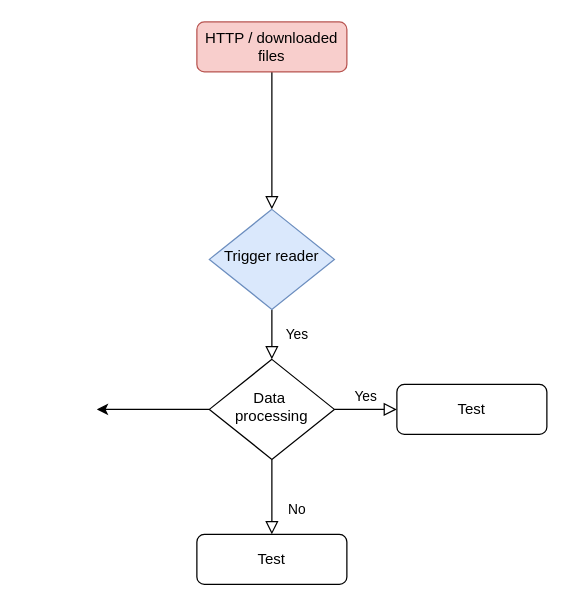
tfornal/co_data_processing keeps this draw.io diagram as Diagram bez tytułu.drawio. Above is the earlier version. Source tidied: cells renumbered, new cells numbered last; positions are measured from the earlier drawing's top-left corner, leaving out a move shared by most shapes. Both pictures are drawn from the tidied source at 125%, with x=0, y=0 at pixel (96, 21).
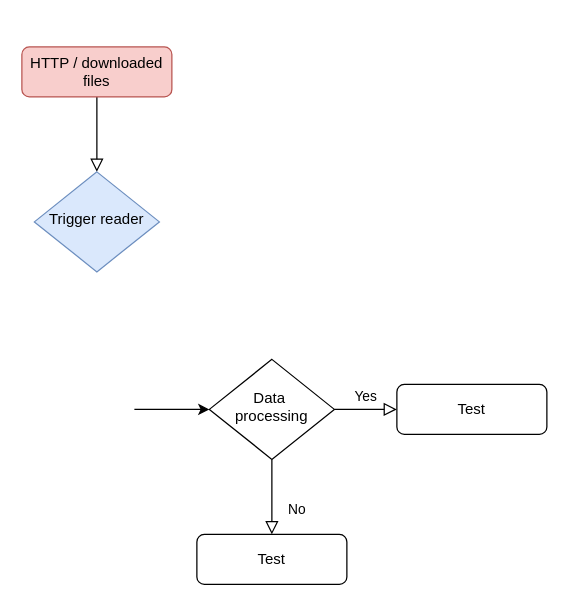
Above is the later version.

Diff of the diagram source:
```diff
@@
 <mxGraphModel>
   <root>
     <mxCell id="0" />
     <mxCell id="1" parent="0" />
     <mxCell id="2" style="rounded=0;html=1;jettySize=auto;fontSize=11;endArrow=block;endFill=0;endSize=8;strokeWidth=1;shadow=0;labelBackgroundColor=none;edgeStyle=orthogonalEdgeStyle;" parent="1" edge="1" source="3" target="5">
       <mxGeometry relative="1" as="geometry" />
     </mxCell>
     <mxCell id="3" value="HTTP / downloaded files" style="rounded=1;whiteSpace=wrap;html=1;fontSize=12;glass=0;strokeWidth=1;shadow=0;fillColor=#f8cecc;strokeColor=#b85450;" parent="1" vertex="1">
-      <mxGeometry x="80" width="120" height="40" as="geometry" />
+      <mxGeometry x="-60" y="20" width="120" height="40" as="geometry" />
     </mxCell>
-    <mxCell id="4" value="Yes" style="rounded=0;html=1;jettySize=auto;fontSize=11;endArrow=block;endFill=0;endSize=8;strokeWidth=1;shadow=0;labelBackgroundColor=none;edgeStyle=orthogonalEdgeStyle;" parent="1" edge="1" source="5" target="9">
-      <mxGeometry y="20" relative="1" as="geometry" />
-    </mxCell>
     <mxCell id="5" value="Trigger reader" style="rhombus;whiteSpace=wrap;html=1;shadow=0;fontFamily=Helvetica;fontSize=12;align=center;strokeWidth=1;spacing=6;spacingTop=-4;fillColor=#dae8fc;strokeColor=#6c8ebf;" parent="1" vertex="1">
-      <mxGeometry x="90" y="150" width="100" height="80" as="geometry" />
+      <mxGeometry x="-50" y="120" width="100" height="80" as="geometry" />
     </mxCell>
     <mxCell id="6" value="No" style="rounded=0;html=1;jettySize=auto;fontSize=11;endArrow=block;endFill=0;endSize=8;strokeWidth=1;shadow=0;labelBackgroundColor=none;edgeStyle=orthogonalEdgeStyle;" parent="1" edge="1" source="9" target="10">
       <mxGeometry x="0.33" y="20" relative="1" as="geometry" />
     </mxCell>
     <mxCell id="7" value="Yes" style="edgeStyle=orthogonalEdgeStyle;rounded=0;html=1;jettySize=auto;fontSize=11;endArrow=block;endFill=0;endSize=8;strokeWidth=1;shadow=0;labelBackgroundColor=none;" parent="1" edge="1" source="9" target="11">
       <mxGeometry y="10" relative="1" as="geometry" />
     </mxCell>
-    <mxCell id="8" style="edgeStyle=orthogonalEdgeStyle;rounded=0;jettySize=auto;html=1;" parent="1" edge="1" source="9">
-      <mxGeometry relative="1" as="geometry">
-        <mxPoint y="310" as="targetPoint" />
-      </mxGeometry>
-    </mxCell>
     <mxCell id="9" value="Data&amp;nbsp; processing" style="rhombus;whiteSpace=wrap;html=1;shadow=0;fontFamily=Helvetica;fontSize=12;align=center;strokeWidth=1;spacing=6;spacingTop=-4;" parent="1" vertex="1">
       <mxGeometry x="90" y="270" width="100" height="80" as="geometry" />
     </mxCell>
     <mxCell id="10" value="Test" style="rounded=1;whiteSpace=wrap;html=1;fontSize=12;glass=0;strokeWidth=1;shadow=0;" parent="1" vertex="1">
       <mxGeometry x="80" y="410" width="120" height="40" as="geometry" />
     </mxCell>
     <mxCell id="11" value="Test" style="rounded=1;whiteSpace=wrap;html=1;fontSize=12;glass=0;strokeWidth=1;shadow=0;" parent="1" vertex="1">
       <mxGeometry x="240" y="290" width="120" height="40" as="geometry" />
     </mxCell>
+    <mxCell id="12" style="endArrow=classic;html=1;rounded=0;entryX=0;entryY=0.5;entryDx=0;entryDy=0;" parent="1" edge="1" target="9">
+      <mxGeometry relative="1" as="geometry">
+        <mxPoint x="30" y="310" as="sourcePoint" />
+      </mxGeometry>
+    </mxCell>
   </root>
 </mxGraphModel>
```
